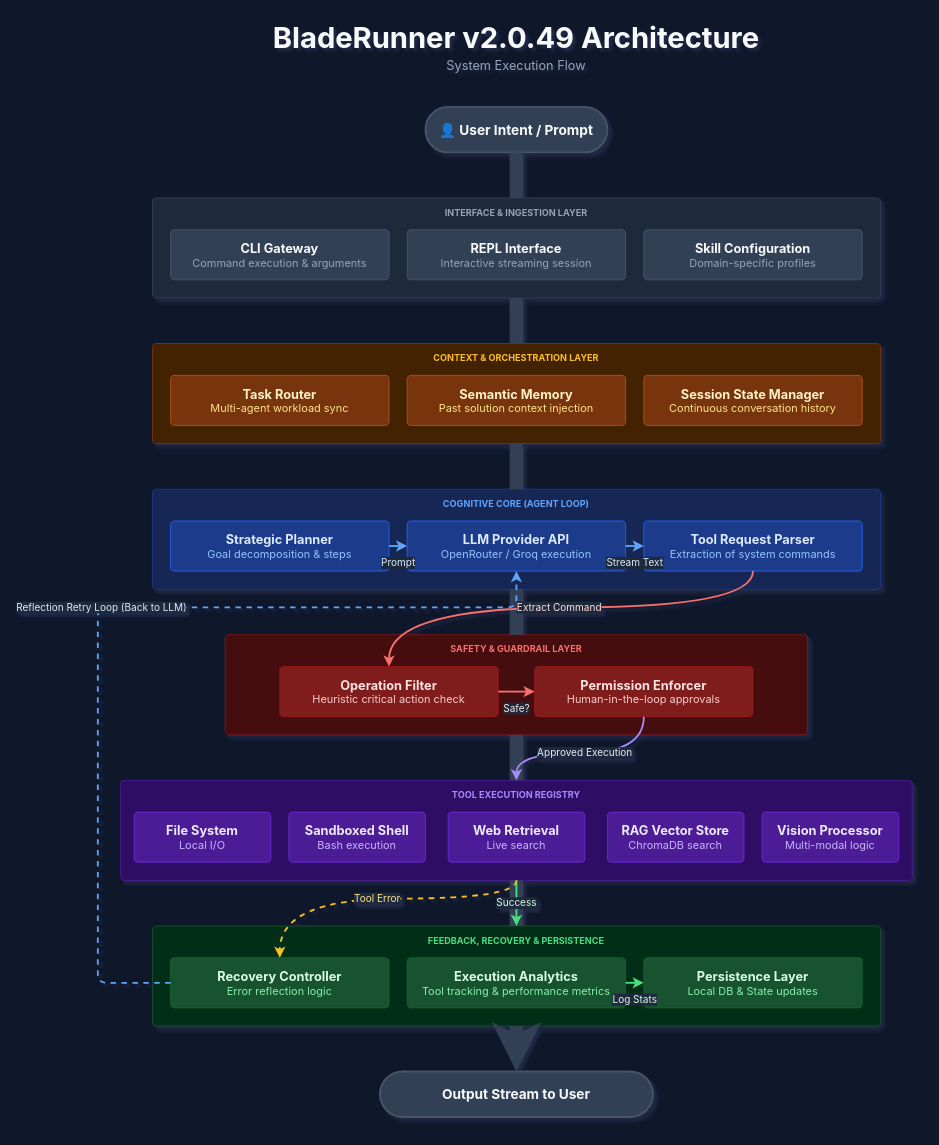
mann-127/BladeRunner keeps this draw.io diagram as docs/ARCHITECTURE (dark).drawio. Above is the earlier version. Source tidied: cells renumbered, new cells numbered last; positions are measured from the earlier drawing's top-left corner, leaving out a move shared by most shapes. Both pictures are drawn from the tidied source at 91%, with x=0, y=0 at pixel (97, 15).
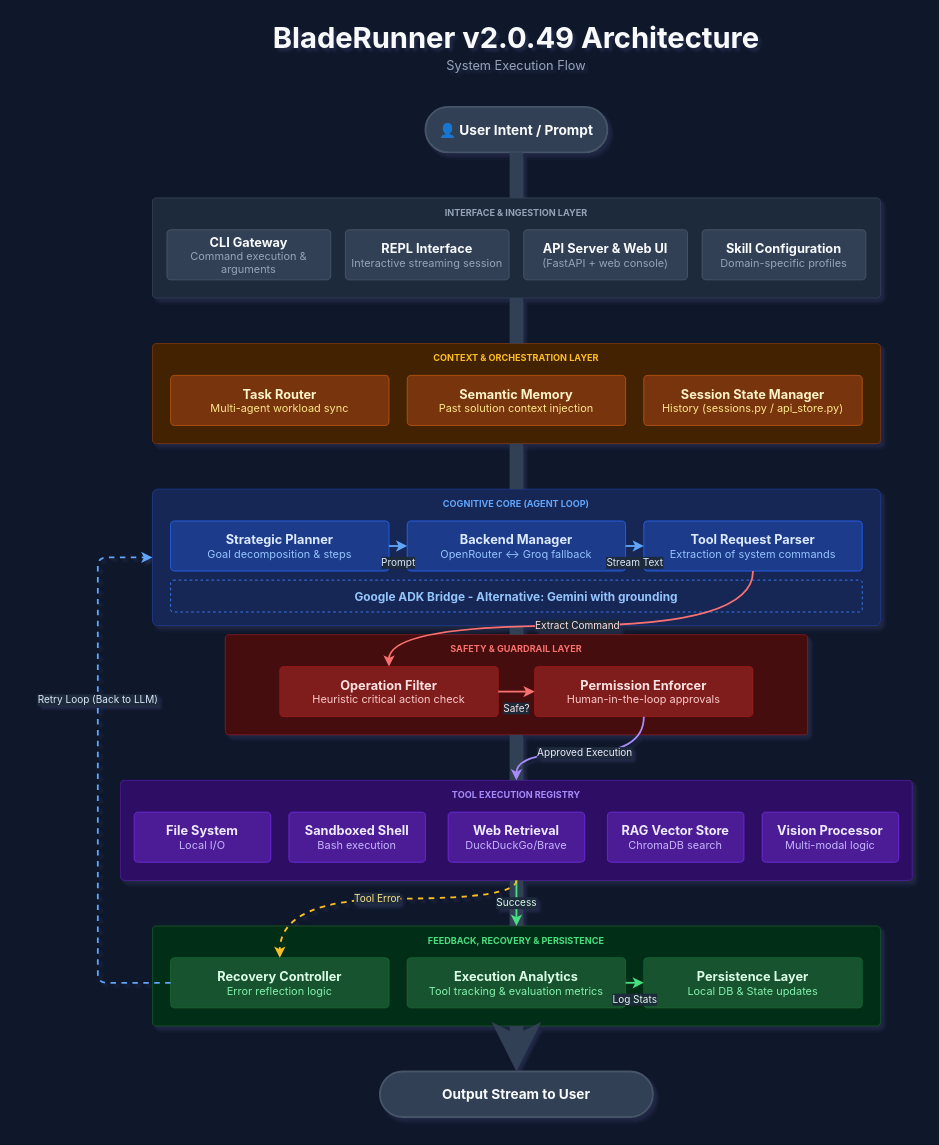
Above is the later version.

The change refers to these unchanged cells:
```xml
<mxCell id="19" value="&lt;b style='font-size:14px;color:#DBEAFE'&gt;Tool Request Parser&lt;/b&gt;&lt;br&gt;&lt;span style='font-size:12px;color:#93C5FD'&gt;Extraction of system commands&lt;/span&gt;" style="rounded=1;whiteSpace=wrap;html=1;fillColor=#1E3A8A;strokeColor=#2563EB;strokeWidth=1;fontFamily=Inter, sans-serif;arcSize=8;align=center;" parent="1" vertex="1">
  <mxGeometry x="600" y="555" width="240" height="55" as="geometry" />
</mxCell>
<mxCell id="22" value="&lt;b style='font-size:14px;color:#FEE2E2'&gt;Operation Filter&lt;/b&gt;&lt;br&gt;&lt;span style='font-size:12px;color:#FECACA'&gt;Heuristic critical action check&lt;/span&gt;" style="rounded=1;whiteSpace=wrap;html=1;fillColor=#7F1D1D;strokeColor=#991B1B;strokeWidth=1;fontFamily=Inter, sans-serif;arcSize=8;align=center;" parent="1" vertex="1">
  <mxGeometry x="200" y="715" width="240" height="55" as="geometry" />
</mxCell>
<mxCell id="33" value="&lt;b style='font-size:14px;color:#DCFCE7'&gt;Recovery Controller&lt;/b&gt;&lt;br&gt;&lt;span style='font-size:12px;color:#86EFAC'&gt;Error reflection logic&lt;/span&gt;" style="rounded=1;whiteSpace=wrap;html=1;fillColor=#14532D;strokeColor=#166534;strokeWidth=1;fontFamily=Inter, sans-serif;arcSize=8;align=center;" parent="1" vertex="1">
  <mxGeometry x="80" y="1035" width="240" height="55" as="geometry" />
</mxCell>
```

The edit, as a diff of the source:
```diff
@@
     <mxCell id="7" value="&lt;b style='font-size:14px;color:#F8FAFC'&gt;CLI Gateway&lt;/b&gt;&lt;br&gt;&lt;span style='font-size:12px;color:#94A3B8'&gt;Command execution &amp; arguments&lt;/span&gt;" style="rounded=1;whiteSpace=wrap;html=1;fillColor=#334155;strokeColor=#475569;strokeWidth=1;fontFamily=Inter, sans-serif;arcSize=8;align=center;" parent="1" vertex="1">
-      <mxGeometry x="80" y="235" width="240" height="55" as="geometry" />
+      <mxGeometry x="76" y="235" width="180" height="55" as="geometry" />
     </mxCell>
     <mxCell id="8" value="&lt;b style='font-size:14px;color:#F8FAFC'&gt;REPL Interface&lt;/b&gt;&lt;br&gt;&lt;span style='font-size:12px;color:#94A3B8'&gt;Interactive streaming session&lt;/span&gt;" style="rounded=1;whiteSpace=wrap;html=1;fillColor=#334155;strokeColor=#475569;strokeWidth=1;fontFamily=Inter, sans-serif;arcSize=8;align=center;" parent="1" vertex="1">
-      <mxGeometry x="340" y="235" width="240" height="55" as="geometry" />
+      <mxGeometry x="272" y="235" width="180" height="55" as="geometry" />
     </mxCell>
+    <mxCell id="53" value="&lt;b style='font-size:14px;color:#F8FAFC'&gt;API Server &amp; Web UI&lt;/b&gt;&lt;br&gt;&lt;span style='font-size:12px;color:#94A3B8'&gt;(FastAPI + web console)&lt;/span&gt;" style="rounded=1;whiteSpace=wrap;html=1;fillColor=#334155;strokeColor=#475569;strokeWidth=1;fontFamily=Inter, sans-serif;arcSize=8;align=center;" parent="1" vertex="1">
+      <mxGeometry x="468" y="235" width="180" height="55" as="geometry" />
+    </mxCell>
     <mxCell id="9" value="&lt;b style='font-size:14px;color:#F8FAFC'&gt;Skill Configuration&lt;/b&gt;&lt;br&gt;&lt;span style='font-size:12px;color:#94A3B8'&gt;Domain-specific profiles&lt;/span&gt;" style="rounded=1;whiteSpace=wrap;html=1;fillColor=#334155;strokeColor=#475569;strokeWidth=1;fontFamily=Inter, sans-serif;arcSize=8;align=center;" parent="1" vertex="1">
-      <mxGeometry x="600" y="235" width="240" height="55" as="geometry" />
+      <mxGeometry x="664" y="235" width="180" height="55" as="geometry" />
     </mxCell>
@@
-    <mxCell id="14" value="&lt;b style='font-size:14px;color:#FEF3C7'&gt;Session State Manager&lt;/b&gt;&lt;br&gt;&lt;span style='font-size:12px;color:#FDE68A'&gt;Continuous conversation history&lt;/span&gt;" style="rounded=1;whiteSpace=wrap;html=1;fillColor=#78350F;strokeColor=#B45309;strokeWidth=1;fontFamily=Inter, sans-serif;arcSize=8;align=center;" parent="1" vertex="1">
+    <mxCell id="14" value="&lt;b style='font-size:14px;color:#FEF3C7'&gt;Session State Manager&lt;/b&gt;&lt;br&gt;&lt;span style='font-size:12px;color:#FDE68A'&gt;History (sessions.py / api_store.py)&lt;/span&gt;" style="rounded=1;whiteSpace=wrap;html=1;fillColor=#78350F;strokeColor=#B45309;strokeWidth=1;fontFamily=Inter, sans-serif;arcSize=8;align=center;" parent="1" vertex="1">
       <mxGeometry x="600" y="395" width="240" height="55" as="geometry" />
     </mxCell>
     <mxCell id="15" style="rounded=1;whiteSpace=wrap;html=1;fillColor=#172554;strokeColor=#1E3A8A;strokeWidth=1;shadow=1;arcSize=4;" parent="1" vertex="1">
-      <mxGeometry x="60" y="520" width="800" height="110" as="geometry" />
+      <mxGeometry x="60" y="520" width="800" height="150" as="geometry" />
     </mxCell>
@@
-    <mxCell id="18" value="&lt;b style='font-size:14px;color:#DBEAFE'&gt;LLM Provider API&lt;/b&gt;&lt;br&gt;&lt;span style='font-size:12px;color:#93C5FD'&gt;OpenRouter / Groq execution&lt;/span&gt;" style="rounded=1;whiteSpace=wrap;html=1;fillColor=#1E3A8A;strokeColor=#2563EB;strokeWidth=1;fontFamily=Inter, sans-serif;arcSize=8;align=center;" parent="1" vertex="1">
+    <mxCell id="18" value="&lt;b style='font-size:14px;color:#DBEAFE'&gt;Backend Manager&lt;/b&gt;&lt;br&gt;&lt;span style='font-size:12px;color:#93C5FD'&gt;OpenRouter ↔ Groq fallback&lt;/span&gt;" style="rounded=1;whiteSpace=wrap;html=1;fillColor=#1E3A8A;strokeColor=#2563EB;strokeWidth=1;fontFamily=Inter, sans-serif;arcSize=8;align=center;" parent="1" vertex="1">
       <mxGeometry x="340" y="555" width="240" height="55" as="geometry" />
     </mxCell>
@@
+    <mxCell id="54" value="&lt;b style='font-size:13px;color:#93C5FD'&gt;Google ADK Bridge - Alternative: Gemini with grounding&lt;/b&gt;" style="rounded=1;whiteSpace=wrap;html=1;fillColor=none;strokeColor=#3B82F6;strokeWidth=1;dashed=1;fontFamily=Inter, sans-serif;arcSize=8;align=center;" parent="1" vertex="1">
+      <mxGeometry x="80" y="620" width="760" height="35" as="geometry" />
+    </mxCell>
@@
-    <mxCell id="28" value="&lt;b style='font-size:14px;color:#EDE9FE'&gt;Web Retrieval&lt;/b&gt;&lt;br&gt;&lt;span style='font-size:12px;color:#C4B5FD'&gt;Live search&lt;/span&gt;" style="rounded=1;whiteSpace=wrap;html=1;fillColor=#4C1D95;strokeColor=#6D28D9;strokeWidth=1;fontFamily=Inter, sans-serif;arcSize=8;align=center;" parent="1" vertex="1">
+    <mxCell id="28" value="&lt;b style='font-size:14px;color:#EDE9FE'&gt;Web Retrieval&lt;/b&gt;&lt;br&gt;&lt;span style='font-size:12px;color:#C4B5FD'&gt;DuckDuckGo/Brave&lt;/span&gt;" style="rounded=1;whiteSpace=wrap;html=1;fillColor=#4C1D95;strokeColor=#6D28D9;strokeWidth=1;fontFamily=Inter, sans-serif;arcSize=8;align=center;" parent="1" vertex="1">
       <mxGeometry x="385" y="875" width="150" height="55" as="geometry" />
     </mxCell>
@@
-    <mxCell id="34" value="&lt;b style='font-size:14px;color:#DCFCE7'&gt;Execution Analytics&lt;/b&gt;&lt;br&gt;&lt;span style='font-size:12px;color:#86EFAC'&gt;Tool tracking &amp; performance metrics&lt;/span&gt;" style="rounded=1;whiteSpace=wrap;html=1;fillColor=#14532D;strokeColor=#166534;strokeWidth=1;fontFamily=Inter, sans-serif;arcSize=8;align=center;" parent="1" vertex="1">
+    <mxCell id="34" value="&lt;b style='font-size:14px;color:#DCFCE7'&gt;Execution Analytics&lt;/b&gt;&lt;br&gt;&lt;span style='font-size:12px;color:#86EFAC'&gt;Tool tracking &amp; evaluation metrics&lt;/span&gt;" style="rounded=1;whiteSpace=wrap;html=1;fillColor=#14532D;strokeColor=#166534;strokeWidth=1;fontFamily=Inter, sans-serif;arcSize=8;align=center;" parent="1" vertex="1">
       <mxGeometry x="340" y="1035" width="240" height="55" as="geometry" />
     </mxCell>
@@
     <mxCell id="40" style="endArrow=none;html=1;strokeColor=#334155;strokeWidth=15;" parent="1" edge="1">
       <mxGeometry relative="1" as="geometry">
-        <mxPoint x="460" y="630" as="sourcePoint" />
+        <mxPoint x="460" y="670" as="sourcePoint" />
         <mxPoint x="460" y="680" as="targetPoint" />
       </mxGeometry>
     </mxCell>
@@
     <mxCell id="46" value="Extract Command" style="endArrow=classic;html=1;strokeColor=#F87171;strokeWidth=2;edgeStyle=orthogonalEdgeStyle;curved=1;fontFamily=Inter, sans-serif;fontSize=11;fontColor=#FEE2E2;labelBackgroundColor=#1E293B;" parent="1" edge="1" source="19" target="22">
       <mxGeometry relative="1" as="geometry">
         <Array as="points">
-          <mxPoint x="720" y="650" />
-          <mxPoint x="320" y="650" />
+          <mxPoint x="720" y="670" />
+          <mxPoint x="320" y="670" />
         </Array>
       </mxGeometry>
     </mxCell>
@@
-    <mxCell id="52" value="Reflection Retry Loop (Back to LLM)" style="endArrow=classic;html=1;strokeColor=#60A5FA;strokeWidth=2;dashed=1;edgeStyle=orthogonalEdgeStyle;rounded=1;fontFamily=Inter, sans-serif;fontSize=11;fontColor=#DBEAFE;labelBackgroundColor=#1E293B;entryX=0.5;entryY=1;entryDx=0;entryDy=0;" parent="1" edge="1" source="33" target="18">
-      <mxGeometry relative="1" as="geometry">
+    <mxCell id="52" value="Retry Loop (Back to LLM)" style="endArrow=classic;html=1;strokeColor=#60A5FA;strokeWidth=2;dashed=1;edgeStyle=orthogonalEdgeStyle;rounded=1;fontFamily=Inter, sans-serif;fontSize=11;fontColor=#DBEAFE;labelBackgroundColor=#1E293B;entryX=0;entryY=0.5;entryDx=0;entryDy=0;" parent="1" edge="1" source="33" target="15">
+      <mxGeometry x="0.29" relative="1" as="geometry">
         <Array as="points">
           <mxPoint y="1063" />
-          <mxPoint y="650" />
-          <mxPoint x="460" y="650" />
+          <mxPoint y="595" />
         </Array>
+        <mxPoint y="1" as="offset" />
       </mxGeometry>
     </mxCell>
```
